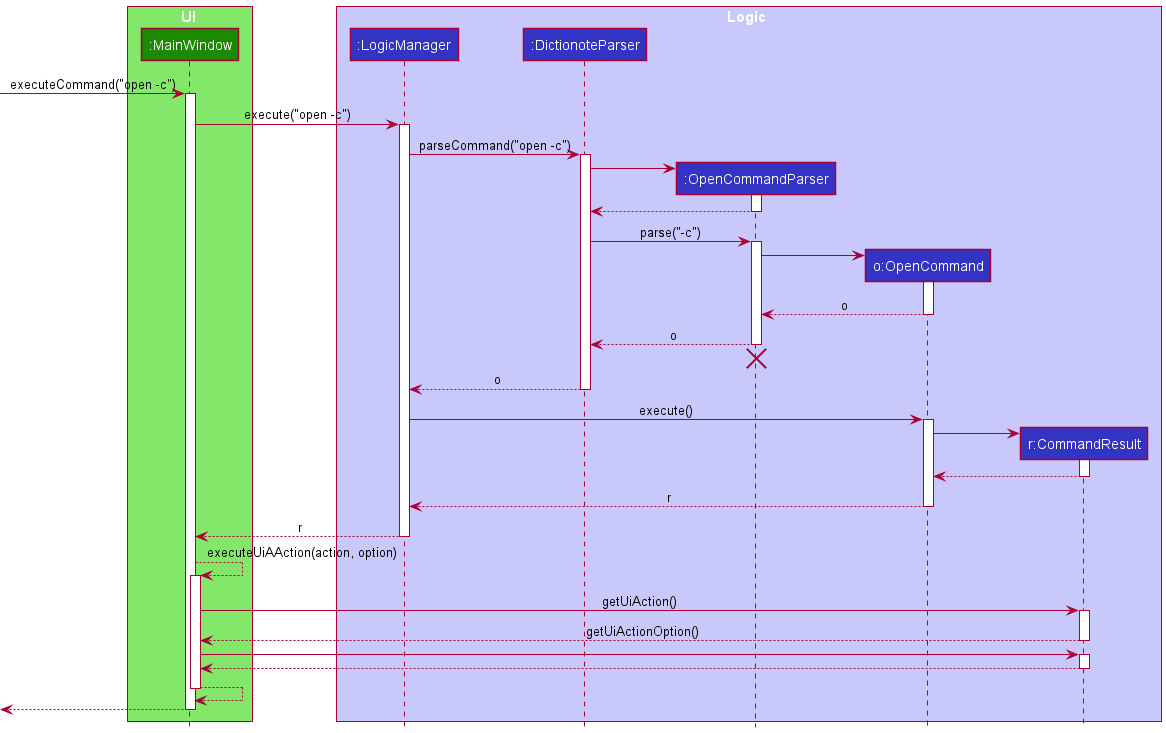
Above: docs/images/OpenCommandSequenceDiagram.png in nus-cs2103-AY2021S2/tp (PlantUML), before the change.
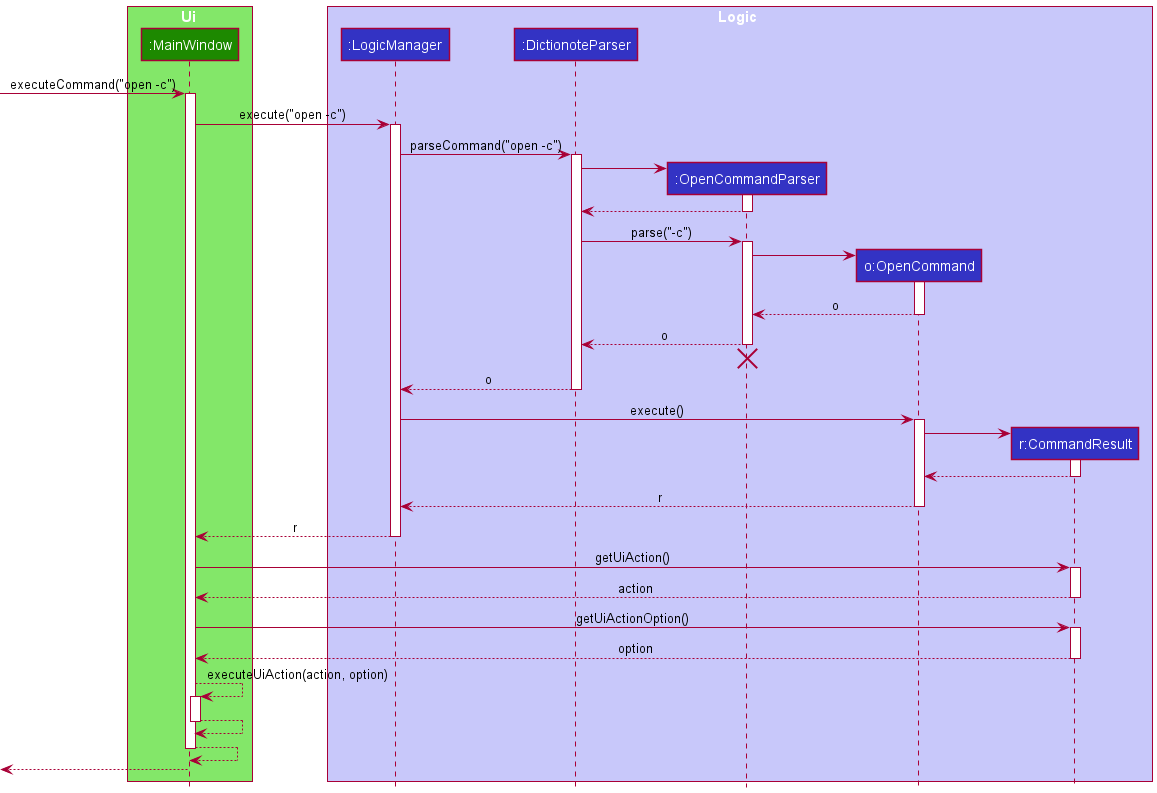
The same file after the commit.

Diff of the diagram source:
```diff
@@ -1,7 +1,7 @@
 @startuml
 !include style.puml
 
-box UI UI_COLOR_T1
+box Ui UI_COLOR_T1
 participant ":MainWindow" as MainWindow UI_COLOR
 end box
 
@@ -67,22 +67,24 @@
 deactivate LogicManager
 
 
-MainWindow --> MainWindow : executeUiAAction(action, option)
-activate MainWindow
-
-
 MainWindow -> CommandResult : getUiAction()
 activate CommandResult
 
-CommandResult --> MainWindow : getUiActionOption()
+CommandResult --> MainWindow :action
 deactivate CommandResult
 
 
-MainWindow -> CommandResult
+MainWindow -> CommandResult : getUiActionOption()
 activate CommandResult
 
-CommandResult --> MainWindow
+CommandResult --> MainWindow :option
 deactivate CommandResult
+
+MainWindow --> MainWindow : executeUiAction(action, option)
+activate MainWindow
+
+MainWindow --> MainWindow
+deactivate MainWindow
 
 
 MainWindow --> MainWindow
```
